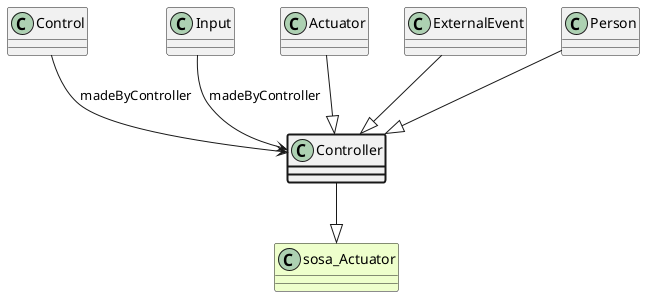
Earlier version of the PlantUML export ttl_uml/ttl_appn_Controller.png (aus-plant-phenomics-network/appn-schema). The source it was exported from:
```plantuml
@startuml
class Controller  #line.bold
class sosa_Actuator #EEFFCC
Controller --|> sosa_Actuator
class Control
Control --> Controller : madeByController
class Input
Input --> Controller : madeByController
class Actuator
Actuator --|> Controller
class ExternalEvent
ExternalEvent --|> Controller
class Person
Person --|> Controller
@enduml
```
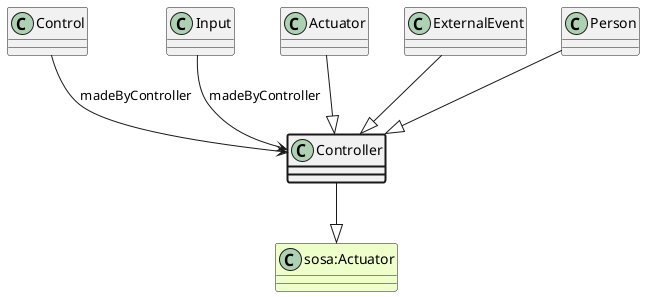
After the commit.

The edit, as a diff of the source:
```diff
@@ -1,7 +1,7 @@
 @startuml
 class Controller  #line.bold
-class sosa_Actuator #EEFFCC
-Controller --|> sosa_Actuator
+class "sosa:Actuator" #EEFFCC
+Controller --|> "sosa:Actuator"
 class Control
 Control --> Controller : madeByController
 class Input
```
